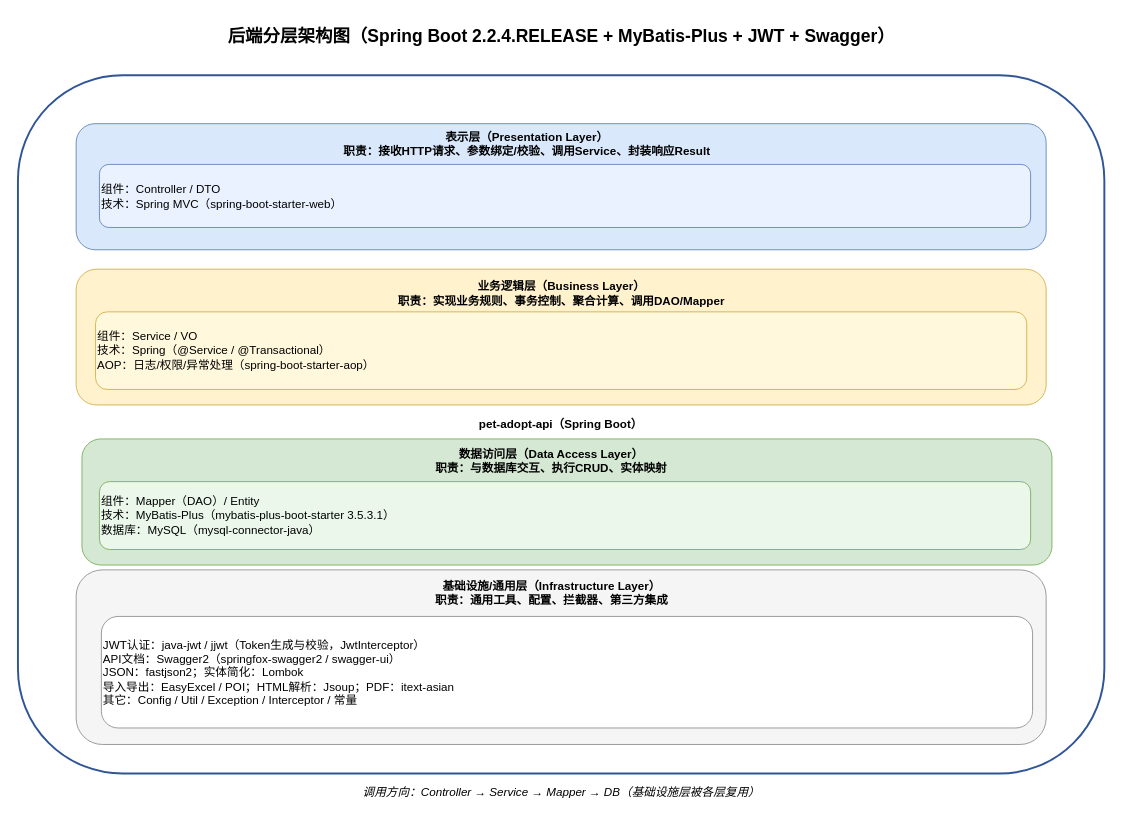
Earlier version of the draw.io diagram page "第 3 页" (3 of 14) of 第五章-领养申请抽屉界面状态转换图.drawio (wuan0232/test). Source tidied: cells renumbered, new cells numbered last; positions are measured from the earlier drawing's top-left corner, leaving out a move shared by most shapes. Both pictures are drawn from the tidied source at 97%, with x=0, y=0 at pixel (17, 16).
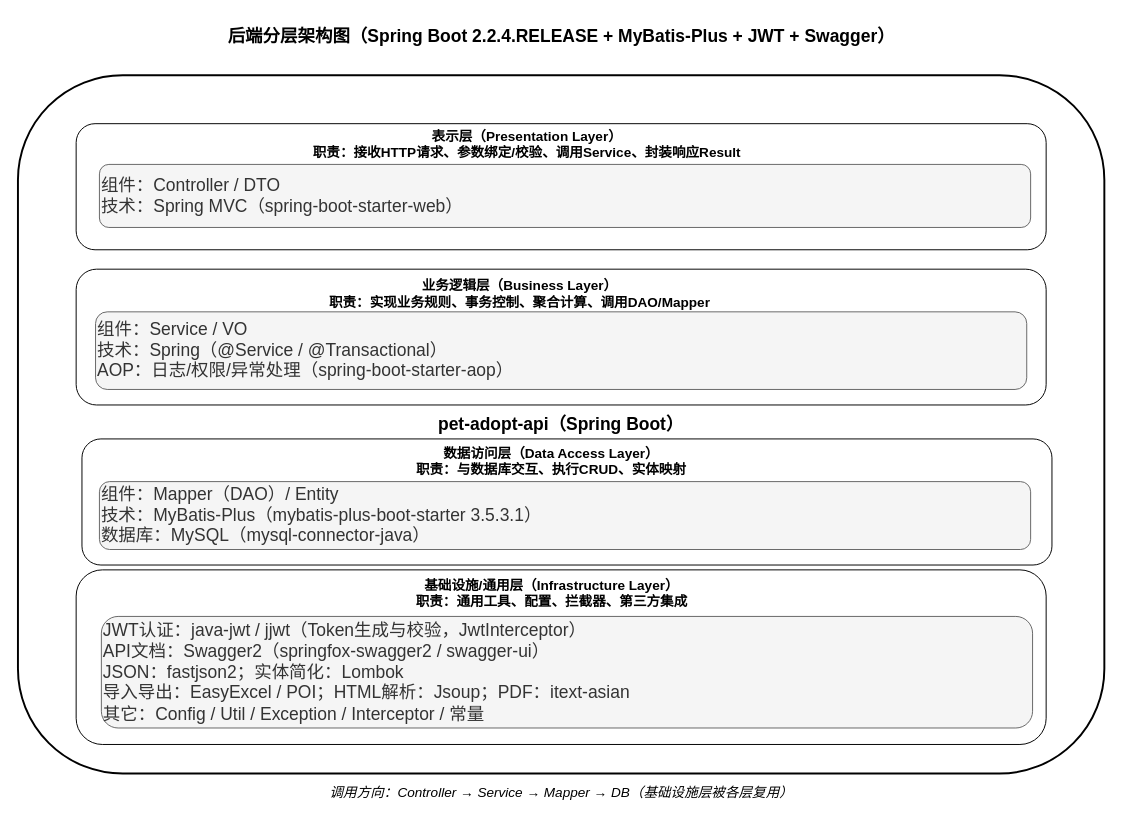
The same diagram, later.

Change to the diagram source:
```diff
@@
 <mxGraphModel>
   <root>
     <mxCell id="0" />
     <mxCell id="1" parent="0" />
     <mxCell id="2" value="后端分层架构图（Spring Boot 2.2.4.RELEASE + MyBatis-Plus + JWT + Swagger）" style="text;html=1;align=center;verticalAlign=middle;fontSize=18;fontStyle=1;" parent="1" vertex="1">
       <mxGeometry x="20" width="1080" height="40" as="geometry" />
     </mxCell>
-    <mxCell id="3" value="pet-adopt-api（Spring Boot）" style="rounded=1;whiteSpace=wrap;html=1;strokeWidth=2;strokeColor=#2F5597;fillColor=#FFFFFF;fontStyle=1;align=center;" parent="1" vertex="1">
+    <mxCell id="3" value="&lt;font style=&quot;font-size: 18px;&quot;&gt;pet-adopt-api（Spring Boot）&lt;/font&gt;" style="rounded=1;whiteSpace=wrap;html=1;strokeWidth=2;strokeColor=#000000;fillColor=#FFFFFF;fontStyle=1;align=center;" parent="1" vertex="1">
       <mxGeometry y="60" width="1120" height="720" as="geometry" />
     </mxCell>
-    <mxCell id="4" style="rounded=1;whiteSpace=wrap;html=1;fillColor=#DAE8FC;strokeColor=#6C8EBF;fontStyle=1;align=left;" parent="1" vertex="1">
+    <mxCell id="4" style="rounded=1;whiteSpace=wrap;html=1;fontStyle=1;align=left;" parent="1" vertex="1">
       <mxGeometry x="60" y="110" width="1000" height="130" as="geometry" />
     </mxCell>
-    <mxCell id="5" value="组件：Controller / DTO&#10;技术：Spring MVC（spring-boot-starter-web）" style="rounded=1;whiteSpace=wrap;html=1;fillColor=#EAF2FF;strokeColor=#6C8EBF;align=left;" parent="1" vertex="1">
+    <mxCell id="5" value="&lt;font style=&quot;font-size: 18px;&quot;&gt;组件：Controller / DTO&lt;br&gt;技术：Spring MVC（spring-boot-starter-web）&lt;/font&gt;" style="rounded=1;whiteSpace=wrap;html=1;align=left;fillColor=#f5f5f5;fontColor=#333333;strokeColor=#666666;" parent="1" vertex="1">
       <mxGeometry x="84" y="152" width="960" height="65" as="geometry" />
     </mxCell>
-    <mxCell id="6" style="rounded=1;whiteSpace=wrap;html=1;fillColor=#FFF2CC;strokeColor=#D6B656;fontStyle=1;align=left;" parent="1" vertex="1">
+    <mxCell id="6" style="rounded=1;whiteSpace=wrap;html=1;fontStyle=1;align=left;" parent="1" vertex="1">
       <mxGeometry x="60" y="260" width="1000" height="140" as="geometry" />
     </mxCell>
-    <mxCell id="7" value="组件：Service / VO&#10;技术：Spring（@Service / @Transactional）&#10;AOP：日志/权限/异常处理（spring-boot-starter-aop）" style="rounded=1;whiteSpace=wrap;html=1;fillColor=#FFF8DC;strokeColor=#D6B656;align=left;" parent="1" vertex="1">
+    <mxCell id="7" value="&lt;font style=&quot;font-size: 18px;&quot;&gt;组件：Service / VO&lt;br&gt;技术：Spring（@Service / @Transactional）&lt;br&gt;AOP：日志/权限/异常处理（spring-boot-starter-aop）&lt;/font&gt;" style="rounded=1;whiteSpace=wrap;html=1;fillColor=#f5f5f5;strokeColor=#666666;align=left;fontColor=#333333;" parent="1" vertex="1">
       <mxGeometry x="80" y="304" width="960" height="80" as="geometry" />
     </mxCell>
-    <mxCell id="8" style="rounded=1;whiteSpace=wrap;html=1;fillColor=#D5E8D4;strokeColor=#82B366;fontStyle=1;align=left;" parent="1" vertex="1">
+    <mxCell id="8" style="rounded=1;whiteSpace=wrap;html=1;fontStyle=1;align=left;" parent="1" vertex="1">
       <mxGeometry x="66" y="435" width="1000" height="130" as="geometry" />
     </mxCell>
-    <mxCell id="9" value="组件：Mapper（DAO）/ Entity&#10;技术：MyBatis-Plus（mybatis-plus-boot-starter 3.5.3.1）&#10;数据库：MySQL（mysql-connector-java）" style="rounded=1;whiteSpace=wrap;html=1;fillColor=#EAF7EA;strokeColor=#82B366;align=left;" parent="1" vertex="1">
+    <mxCell id="9" value="&lt;font style=&quot;font-size: 18px;&quot;&gt;组件：Mapper（DAO）/ Entity&lt;br&gt;技术：MyBatis-Plus（mybatis-plus-boot-starter 3.5.3.1）&lt;br&gt;数据库：MySQL（mysql-connector-java）&lt;/font&gt;" style="rounded=1;whiteSpace=wrap;html=1;fillColor=#f5f5f5;strokeColor=#666666;align=left;fontColor=#333333;" parent="1" vertex="1">
       <mxGeometry x="84" y="479" width="960" height="70" as="geometry" />
     </mxCell>
-    <mxCell id="10" style="rounded=1;whiteSpace=wrap;html=1;fillColor=#F5F5F5;strokeColor=#999999;fontStyle=1;align=left;" parent="1" vertex="1">
+    <mxCell id="10" style="rounded=1;whiteSpace=wrap;html=1;fontStyle=1;align=left;" parent="1" vertex="1">
       <mxGeometry x="60" y="570" width="1000" height="180" as="geometry" />
     </mxCell>
-    <mxCell id="11" value="JWT认证：java-jwt / jjwt（Token生成与校验，JwtInterceptor）&#10;API文档：Swagger2（springfox-swagger2 / swagger-ui）&#10;JSON：fastjson2；实体简化：Lombok&#10;导入导出：EasyExcel / POI；HTML解析：Jsoup；PDF：itext-asian&#10;其它：Config / Util / Exception / Interceptor / 常量" style="rounded=1;whiteSpace=wrap;html=1;fillColor=#FFFFFF;strokeColor=#999999;align=left;" parent="1" vertex="1">
+    <mxCell id="11" value="&lt;font style=&quot;font-size: 18px;&quot;&gt;JWT认证：java-jwt / jjwt（Token生成与校验，JwtInterceptor）&lt;br&gt;API文档：Swagger2（springfox-swagger2 / swagger-ui）&lt;br&gt;JSON：fastjson2；实体简化：Lombok&lt;br&gt;导入导出：EasyExcel / POI；HTML解析：Jsoup；PDF：itext-asian&lt;br&gt;其它：Config / Util / Exception / Interceptor / 常量&lt;/font&gt;" style="rounded=1;whiteSpace=wrap;html=1;align=left;fillColor=#f5f5f5;fontColor=#333333;strokeColor=#666666;" parent="1" vertex="1">
       <mxGeometry x="86" y="618" width="960" height="115" as="geometry" />
     </mxCell>
-    <mxCell id="12" value="调用方向：Controller → Service → Mapper → DB（基础设施层被各层复用）" style="text;html=1;align=center;verticalAlign=middle;fontSize=12;fontStyle=2;" parent="1" vertex="1">
+    <mxCell id="12" value="&lt;font style=&quot;font-size: 14px;&quot;&gt;调用方向：Controller → Service → Mapper → DB（基础设施层被各层复用）&lt;/font&gt;" style="text;html=1;align=center;verticalAlign=middle;fontSize=12;fontStyle=2;" parent="1" vertex="1">
       <mxGeometry x="60" y="785" width="1000" height="30" as="geometry" />
     </mxCell>
-    <mxCell id="13" value="&lt;span style=&quot;font-weight: 700;&quot;&gt;表示层（Presentation Layer）&lt;/span&gt;&lt;br style=&quot;font-weight: 700;&quot;&gt;&lt;span style=&quot;font-weight: 700;&quot;&gt;职责：接收HTTP请求、参数绑定/校验、调用Service、封装响应Result&lt;/span&gt;" style="text;html=1;whiteSpace=wrap;strokeColor=none;fillColor=none;align=center;verticalAlign=middle;rounded=0;" parent="1" vertex="1">
+    <mxCell id="13" value="&lt;font style=&quot;font-size: 14px;&quot;&gt;&lt;span style=&quot;font-weight: 700;&quot;&gt;表示层（Presentation Layer）&lt;/span&gt;&lt;br style=&quot;font-weight: 700;&quot;&gt;&lt;span style=&quot;font-weight: 700;&quot;&gt;职责：接收HTTP请求、参数绑定/校验、调用Service、封装响应Result&lt;/span&gt;&lt;/font&gt;" style="text;html=1;whiteSpace=wrap;strokeColor=none;fillColor=none;align=center;verticalAlign=middle;rounded=0;" parent="1" vertex="1">
       <mxGeometry x="261" y="116" width="528" height="30" as="geometry" />
     </mxCell>
-    <mxCell id="14" value="&lt;span style=&quot;font-weight: 700; text-align: left;&quot;&gt;业务逻辑层（Business Layer）&lt;/span&gt;&lt;br style=&quot;font-weight: 700; text-align: left;&quot;&gt;&lt;span style=&quot;font-weight: 700; text-align: left;&quot;&gt;职责：实现业务规则、事务控制、聚合计算、调用DAO/Mapper&lt;/span&gt;" style="text;html=1;whiteSpace=wrap;strokeColor=none;fillColor=none;align=center;verticalAlign=middle;rounded=0;" parent="1" vertex="1">
-      <mxGeometry x="381.5" y="270" width="357" height="30" as="geometry" />
+    <mxCell id="14" value="&lt;font style=&quot;font-size: 14px;&quot;&gt;&lt;span style=&quot;font-weight: 700; text-align: left;&quot;&gt;业务逻辑层（Business Layer）&lt;/span&gt;&lt;br style=&quot;font-weight: 700; text-align: left;&quot;&gt;&lt;span style=&quot;font-weight: 700; text-align: left;&quot;&gt;职责：实现业务规则、事务控制、聚合计算、调用DAO/Mapper&lt;/span&gt;&lt;/font&gt;" style="text;html=1;whiteSpace=wrap;strokeColor=none;fillColor=none;align=center;verticalAlign=middle;rounded=0;" parent="1" vertex="1">
+      <mxGeometry x="296" y="270" width="442.5" height="30" as="geometry" />
     </mxCell>
-    <mxCell id="15" value="&lt;span style=&quot;font-weight: 700; text-align: left;&quot;&gt;数据访问层（Data Access Layer）&lt;/span&gt;&lt;br style=&quot;font-weight: 700; text-align: left;&quot;&gt;&lt;span style=&quot;font-weight: 700; text-align: left;&quot;&gt;职责：与数据库交互、执行CRUD、实体映射&lt;/span&gt;" style="text;html=1;whiteSpace=wrap;strokeColor=none;fillColor=none;align=center;verticalAlign=middle;rounded=0;" parent="1" vertex="1">
+    <mxCell id="15" value="&lt;font style=&quot;font-size: 14px;&quot;&gt;&lt;span style=&quot;font-weight: 700; text-align: left;&quot;&gt;数据访问层（Data Access Layer）&lt;/span&gt;&lt;br style=&quot;font-weight: 700; text-align: left;&quot;&gt;&lt;span style=&quot;font-weight: 700; text-align: left;&quot;&gt;职责：与数据库交互、执行CRUD、实体映射&lt;/span&gt;&lt;/font&gt;" style="text;html=1;whiteSpace=wrap;strokeColor=none;fillColor=none;align=center;verticalAlign=middle;rounded=0;" parent="1" vertex="1">
       <mxGeometry x="397" y="443" width="306" height="30" as="geometry" />
     </mxCell>
-    <mxCell id="16" value="&lt;span style=&quot;font-weight: 700; text-align: left;&quot;&gt;基础设施/通用层（Infrastructure Layer）&lt;/span&gt;&lt;br style=&quot;font-weight: 700; text-align: left;&quot;&gt;&lt;span style=&quot;font-weight: 700; text-align: left;&quot;&gt;职责：通用工具、配置、拦截器、第三方集成&lt;/span&gt;" style="text;html=1;whiteSpace=wrap;strokeColor=none;fillColor=none;align=center;verticalAlign=middle;rounded=0;" parent="1" vertex="1">
+    <mxCell id="16" value="&lt;font style=&quot;font-size: 14px;&quot;&gt;&lt;span style=&quot;font-weight: 700; text-align: left;&quot;&gt;基础设施/通用层（Infrastructure Layer）&lt;/span&gt;&lt;br style=&quot;font-weight: 700; text-align: left;&quot;&gt;&lt;span style=&quot;font-weight: 700; text-align: left;&quot;&gt;职责：通用工具、配置、拦截器、第三方集成&lt;/span&gt;&lt;/font&gt;" style="text;html=1;whiteSpace=wrap;strokeColor=none;fillColor=none;align=center;verticalAlign=middle;rounded=0;" parent="1" vertex="1">
       <mxGeometry x="353.5" y="579" width="393" height="30" as="geometry" />
     </mxCell>
   </root>
 </mxGraphModel>
```
